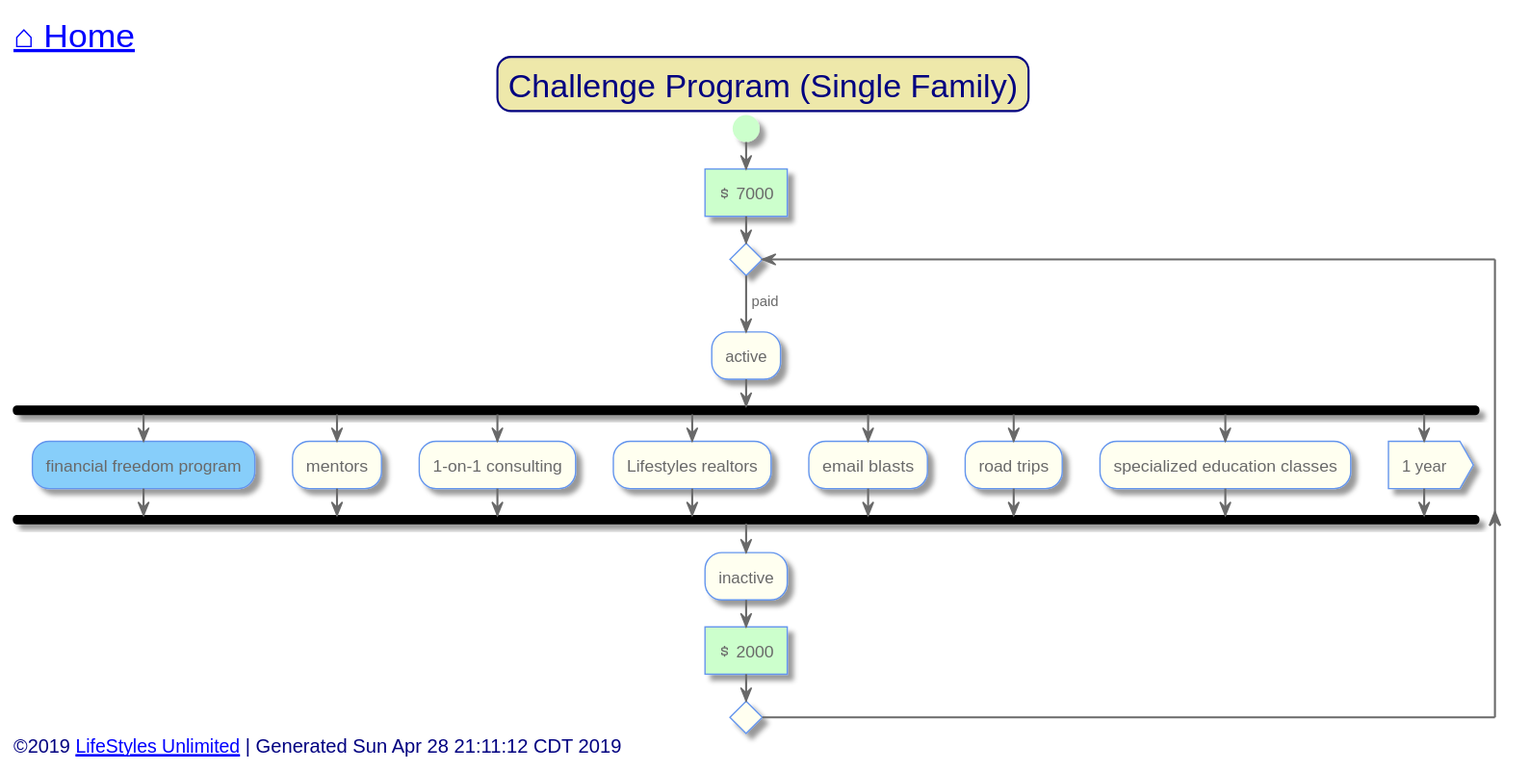
Earlier version of the PlantUML export out/src/single-family/challenge-program.svg (toddmo/lifestylesunlimited).
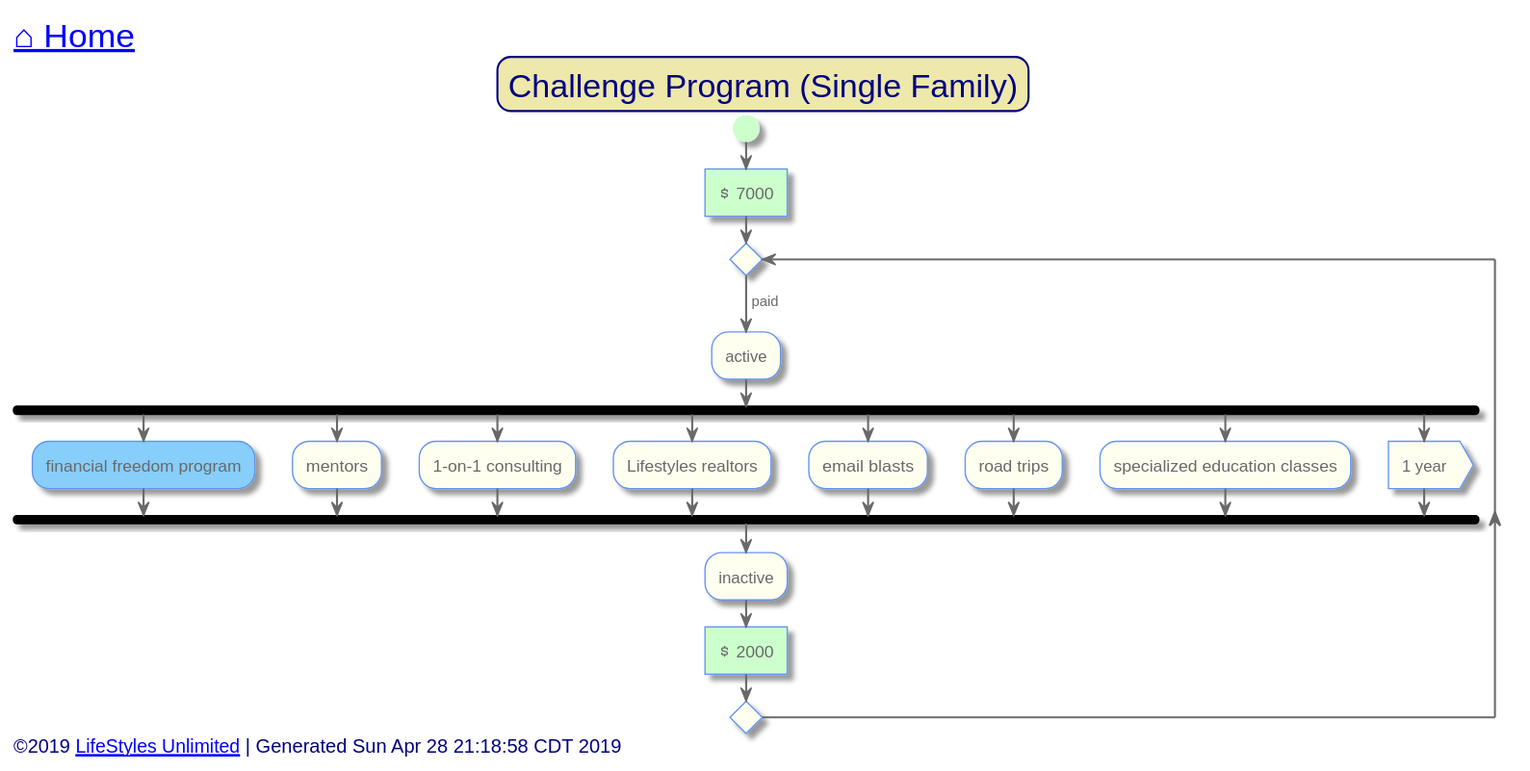
The same diagram one commit later.

The edit, as a diff of the source:
```diff
@@ -114,7 +114,7 @@
 
 
 left footer
-	<font size=14>©2019 [[http://www.lifestylesunlimited.com LifeStyles Unlimited]] | Generated Sun Apr 28 21:11:12 CDT 2019</font>
+	<font size=14>©2019 [[http://www.lifestylesunlimited.com LifeStyles Unlimited]] | Generated Sun Apr 28 21:18:58 CDT 2019</font>
 endfooter
 
 
```
